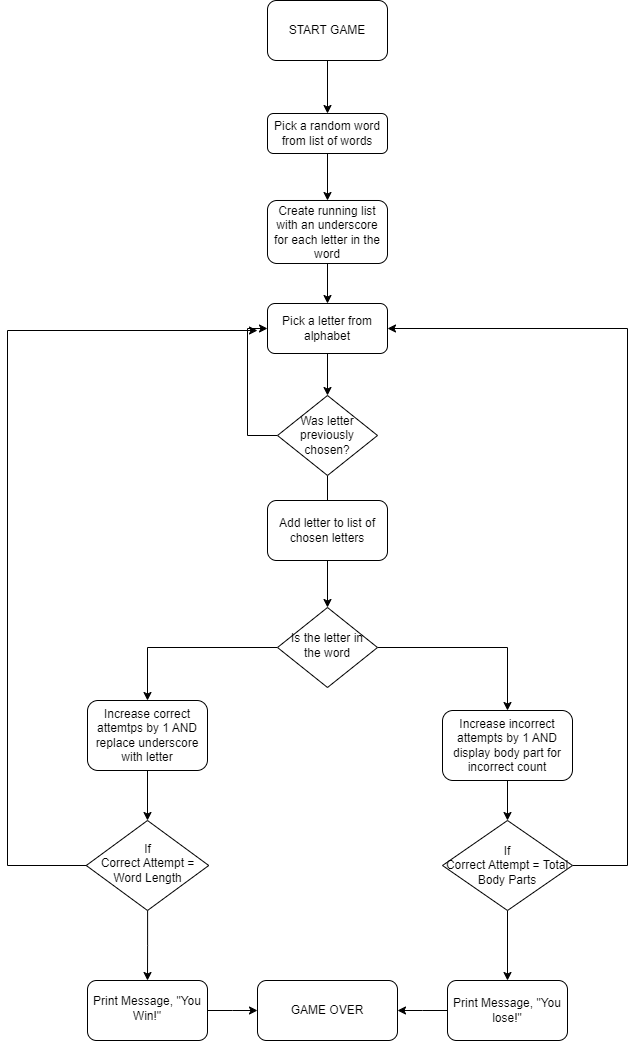
The draw.io diagram day007/hangman.drawio-flowchart.png in oscos/100-days-of-code-python, before a commit. Source tidied: cells renumbered, new cells last; positions are measured from the earlier drawing's top-left corner, leaving out a move shared by most shapes.
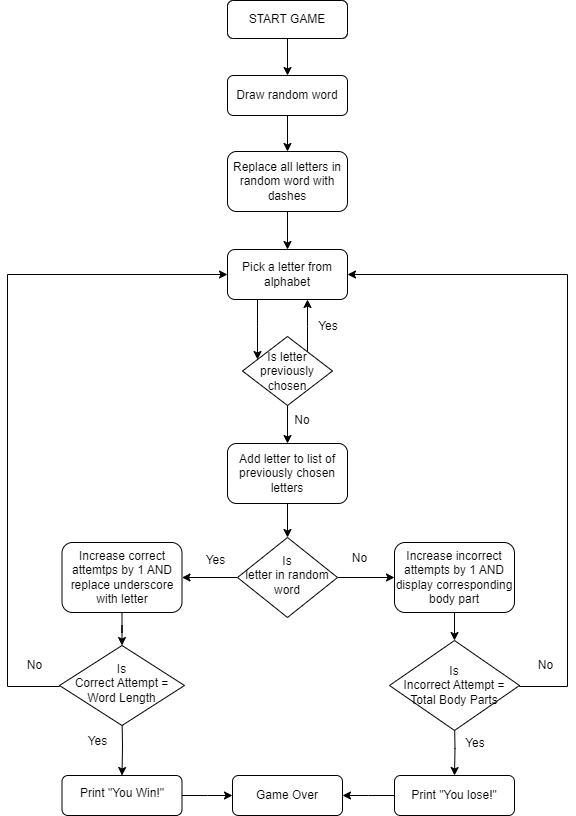
After the change.

Commit message:
reduced spacing

Diff of the diagram source:
```diff
@@ -5,103 +5,145 @@
     <mxCell id="2" style="edgeStyle=orthogonalEdgeStyle;rounded=0;jettySize=auto;html=1;entryX=0.5;entryY=0;entryDx=0;entryDy=0;" parent="1" edge="1" source="9" target="11">
       <mxGeometry relative="1" as="geometry" />
     </mxCell>
-    <mxCell id="3" value="Pick a random word from list of words" style="rounded=1;whiteSpace=wrap;html=1;fontSize=12;glass=0;strokeWidth=1;shadow=0;" parent="1" vertex="1">
-      <mxGeometry x="260" y="113" width="120" height="40" as="geometry" />
+    <mxCell id="3" value="Draw random word" style="rounded=1;whiteSpace=wrap;html=1;fontSize=12;glass=0;strokeWidth=1;shadow=0;" parent="1" vertex="1">
+      <mxGeometry x="260" y="129" width="120" height="40" as="geometry" />
     </mxCell>
-    <mxCell id="4" style="edgeStyle=orthogonalEdgeStyle;rounded=0;jettySize=auto;html=1;entryX=0.5;entryY=0;entryDx=0;entryDy=0;" parent="1" edge="1" source="6" target="29">
+    <mxCell id="4" style="edgeStyle=orthogonalEdgeStyle;rounded=0;jettySize=auto;html=1;entryX=1;entryY=0.5;entryDx=0;entryDy=0;" parent="1" edge="1" source="6" target="29">
       <mxGeometry relative="1" as="geometry" />
     </mxCell>
-    <mxCell id="5" style="edgeStyle=orthogonalEdgeStyle;rounded=0;jettySize=auto;html=1;entryX=0.5;entryY=0;entryDx=0;entryDy=0;" parent="1" edge="1" source="6" target="31">
+    <mxCell id="5" style="edgeStyle=orthogonalEdgeStyle;rounded=0;jettySize=auto;html=1;entryX=0;entryY=0.5;entryDx=0;entryDy=0;" parent="1" edge="1" source="6" target="31">
       <mxGeometry relative="1" as="geometry" />
     </mxCell>
-    <mxCell id="6" value="Is the letter in the word" style="rhombus;whiteSpace=wrap;html=1;shadow=0;fontFamily=Helvetica;fontSize=12;align=center;strokeWidth=1;spacing=6;spacingTop=-4;" parent="1" vertex="1">
-      <mxGeometry x="270" y="607" width="100" height="80" as="geometry" />
+    <mxCell id="6" value="Is &lt;br&gt;letter in random word" style="rhombus;whiteSpace=wrap;html=1;shadow=0;fontFamily=Helvetica;fontSize=12;align=center;strokeWidth=1;spacing=6;spacingTop=-4;" parent="1" vertex="1">
+      <mxGeometry x="270" y="591" width="100" height="80" as="geometry" />
     </mxCell>
-    <mxCell id="7" value="GAME OVER" style="rounded=1;whiteSpace=wrap;html=1;fontSize=12;glass=0;strokeWidth=1;shadow=0;" parent="1" vertex="1">
-      <mxGeometry x="250" y="980" width="140" height="60" as="geometry" />
+    <mxCell id="7" value="Game Over" style="rounded=1;whiteSpace=wrap;html=1;fontSize=12;glass=0;strokeWidth=1;shadow=0;" parent="1" vertex="1">
+      <mxGeometry x="265" y="829" width="110" height="40" as="geometry" />
     </mxCell>
     <mxCell id="8" style="edgeStyle=orthogonalEdgeStyle;rounded=0;jettySize=auto;html=1;" parent="1" edge="1" source="3" target="9">
       <mxGeometry relative="1" as="geometry" />
     </mxCell>
-    <mxCell id="9" value="Create running list with an underscore for each letter in the word" style="rounded=1;whiteSpace=wrap;html=1;fontSize=12;glass=0;strokeWidth=1;shadow=0;" parent="1" vertex="1">
-      <mxGeometry x="260" y="200" width="120" height="63" as="geometry" />
+    <mxCell id="9" value="Replace all letters in random word with dashes" style="rounded=1;whiteSpace=wrap;html=1;fontSize=12;glass=0;strokeWidth=1;shadow=0;" parent="1" vertex="1">
+      <mxGeometry x="260" y="205" width="120" height="60" as="geometry" />
     </mxCell>
-    <mxCell id="10" style="edgeStyle=orthogonalEdgeStyle;rounded=0;jettySize=auto;html=1;" parent="1" edge="1" source="25" target="6">
-      <mxGeometry relative="1" as="geometry" />
-    </mxCell>
     <mxCell id="11" value="Pick a letter from alphabet" style="rounded=1;whiteSpace=wrap;html=1;fontSize=12;glass=0;strokeWidth=1;shadow=0;" parent="1" vertex="1">
       <mxGeometry x="260" y="303" width="120" height="50" as="geometry" />
     </mxCell>
-    <mxCell id="12" style="edgeStyle=orthogonalEdgeStyle;rounded=0;jettySize=auto;html=1;" parent="1" edge="1" source="14" target="21">
-      <mxGeometry relative="1" as="geometry" />
+    <mxCell id="12" style="edgeStyle=orthogonalEdgeStyle;rounded=0;jettySize=auto;html=1;" parent="1" edge="1" target="21">
+      <mxGeometry relative="1" as="geometry">
+        <mxPoint x="487" y="774" as="sourcePoint" />
+      </mxGeometry>
     </mxCell>
-    <mxCell id="13" style="edgeStyle=orthogonalEdgeStyle;rounded=0;jettySize=auto;html=1;entryX=1;entryY=0.5;entryDx=0;entryDy=0;exitX=1;exitY=0.5;exitDx=0;exitDy=0;" parent="1" edge="1" source="14" target="11">
-      <mxGeometry relative="1" as="geometry">
-        <Array as="points">
-          <mxPoint x="620" y="865" />
-          <mxPoint x="620" y="328" />
-        </Array>
-      </mxGeometry>
-    </mxCell>
-    <mxCell id="14" value="If&lt;br&gt;Correct Attempt = Total Body Parts" style="rhombus;whiteSpace=wrap;html=1;" parent="1" vertex="1">
-      <mxGeometry x="435" y="820" width="130" height="90" as="geometry" />
+    <mxCell id="14" value="Is&lt;br&gt;Incorrect Attempt = Total Body Parts" style="rhombus;whiteSpace=wrap;html=1;" parent="1" vertex="1">
+      <mxGeometry x="422" y="694" width="130" height="90" as="geometry" />
     </mxCell>
-    <mxCell id="15" style="edgeStyle=orthogonalEdgeStyle;rounded=0;jettySize=auto;html=1;" parent="1" edge="1" source="17" target="19">
-      <mxGeometry relative="1" as="geometry" />
+    <mxCell id="15" style="edgeStyle=orthogonalEdgeStyle;rounded=0;jettySize=auto;html=1;" parent="1" edge="1" target="19">
+      <mxGeometry relative="1" as="geometry">
+        <mxPoint x="154.5" y="769" as="sourcePoint" />
+      </mxGeometry>
     </mxCell>
-    <mxCell id="16" style="edgeStyle=orthogonalEdgeStyle;rounded=0;jettySize=auto;html=1;exitX=0;exitY=0.5;exitDx=0;exitDy=0;" parent="1" edge="1" source="17">
-      <mxGeometry relative="1" as="geometry">
-        <mxPoint x="250" y="330" as="targetPoint" />
-        <Array as="points">
-          <mxPoint y="865" />
-          <mxPoint y="330" />
-        </Array>
-      </mxGeometry>
-    </mxCell>
-    <mxCell id="17" value="If&lt;br&gt;Correct Attempt = Word Length" style="rhombus;whiteSpace=wrap;html=1;shadow=0;strokeWidth=1;spacing=6;spacingTop=-4;" parent="1" vertex="1">
-      <mxGeometry x="78.8" y="820" width="122.5" height="90" as="geometry" />
+    <mxCell id="17" value="Is&lt;br&gt;Correct Attempt = Word Length" style="rhombus;whiteSpace=wrap;html=1;shadow=0;strokeWidth=1;spacing=6;spacingTop=-4;" parent="1" vertex="1">
+      <mxGeometry x="92" y="699" width="125" height="80" as="geometry" />
     </mxCell>
     <mxCell id="18" style="edgeStyle=elbowEdgeStyle;rounded=0;jettySize=auto;html=1;entryX=0;entryY=0.5;entryDx=0;entryDy=0;" parent="1" edge="1" source="19" target="7">
       <mxGeometry relative="1" as="geometry" />
     </mxCell>
-    <mxCell id="19" value="Print Message, &quot;You Win!&quot;" style="whiteSpace=wrap;html=1;shadow=0;strokeWidth=1;spacing=6;spacingTop=-4;glass=0;rounded=1;" parent="1" vertex="1">
-      <mxGeometry x="80" y="980" width="120" height="60" as="geometry" />
+    <mxCell id="19" value="Print &quot;You Win!&quot;" style="whiteSpace=wrap;html=1;shadow=0;strokeWidth=1;spacing=6;spacingTop=-4;glass=0;rounded=1;" parent="1" vertex="1">
+      <mxGeometry x="94.5" y="829" width="120" height="40" as="geometry" />
     </mxCell>
     <mxCell id="20" style="edgeStyle=elbowEdgeStyle;rounded=0;jettySize=auto;html=1;entryX=1;entryY=0.5;entryDx=0;entryDy=0;" parent="1" edge="1" source="21" target="7">
       <mxGeometry relative="1" as="geometry" />
     </mxCell>
-    <mxCell id="21" value="Print Message, &quot;You lose!&quot;" style="whiteSpace=wrap;html=1;rounded=1;" parent="1" vertex="1">
-      <mxGeometry x="440" y="980" width="120" height="60" as="geometry" />
+    <mxCell id="21" value="Print &quot;You lose!&quot;" style="whiteSpace=wrap;html=1;rounded=1;" parent="1" vertex="1">
+      <mxGeometry x="427" y="829" width="120" height="40" as="geometry" />
     </mxCell>
     <mxCell id="22" value="START GAME" style="whiteSpace=wrap;html=1;rounded=1;glass=0;strokeWidth=1;shadow=0;" parent="1" vertex="1">
-      <mxGeometry x="260" width="120" height="60" as="geometry" />
+      <mxGeometry x="260" y="54" width="120" height="38" as="geometry" />
     </mxCell>
     <mxCell id="23" style="edgeStyle=orthogonalEdgeStyle;rounded=0;jettySize=auto;html=1;" parent="1" edge="1" source="11" target="25">
-      <mxGeometry relative="1" as="geometry" />
+      <mxGeometry relative="1" as="geometry">
+        <Array as="points">
+          <mxPoint x="290" y="380" />
+          <mxPoint x="290" y="380" />
+        </Array>
+      </mxGeometry>
     </mxCell>
+    <mxCell id="32" style="edgeStyle=orthogonalEdgeStyle;rounded=0;jettySize=auto;html=1;entryX=0.5;entryY=0;entryDx=0;entryDy=0;" parent="1" edge="1" source="25" target="27">
+      <mxGeometry relative="1" as="geometry" />
+    </mxCell>
-    <mxCell id="24" style="edgeStyle=orthogonalEdgeStyle;rounded=0;jettySize=auto;html=1;exitX=0;exitY=0.5;exitDx=0;exitDy=0;entryX=0;entryY=0.5;entryDx=0;entryDy=0;" parent="1" edge="1" source="25" target="11">
-      <mxGeometry relative="1" as="geometry" />
+    <mxCell id="24" style="edgeStyle=orthogonalEdgeStyle;rounded=0;jettySize=auto;html=1;" parent="1" edge="1" source="25" target="11">
+      <mxGeometry relative="1" as="geometry">
+        <Array as="points">
+          <mxPoint x="340" y="380" />
+          <mxPoint x="340" y="380" />
+        </Array>
+      </mxGeometry>
     </mxCell>
-    <mxCell id="25" value="Was letter previously chosen?" style="rhombus;whiteSpace=wrap;html=1;" parent="1" vertex="1">
-      <mxGeometry x="270" y="395" width="100" height="80" as="geometry" />
+    <mxCell id="25" value="Is letter previously chosen" style="rhombus;whiteSpace=wrap;html=1;" parent="1" vertex="1">
+      <mxGeometry x="275" y="390" width="90" height="69" as="geometry" />
     </mxCell>
     <mxCell id="26" style="edgeStyle=elbowEdgeStyle;rounded=0;jettySize=auto;html=1;entryX=0.5;entryY=0;entryDx=0;entryDy=0;" parent="1" edge="1" source="22" target="3">
       <mxGeometry relative="1" as="geometry" />
     </mxCell>
+    <mxCell id="33" style="edgeStyle=orthogonalEdgeStyle;rounded=0;jettySize=auto;html=1;" parent="1" edge="1" source="27" target="6">
+      <mxGeometry relative="1" as="geometry" />
+    </mxCell>
-    <mxCell id="27" value="Add letter to list of chosen letters" style="rounded=1;whiteSpace=wrap;html=1;" parent="1" vertex="1">
-      <mxGeometry x="260" y="500" width="120" height="60" as="geometry" />
+    <mxCell id="27" value="Add letter to list of previously chosen letters" style="rounded=1;whiteSpace=wrap;html=1;" parent="1" vertex="1">
+      <mxGeometry x="260" y="497" width="120" height="60" as="geometry" />
     </mxCell>
+    <mxCell id="34" style="edgeStyle=orthogonalEdgeStyle;rounded=0;jettySize=auto;html=1;entryX=0;entryY=0.5;entryDx=0;entryDy=0;exitX=0;exitY=0.5;exitDx=0;exitDy=0;" parent="1" edge="1" source="17" target="11">
+      <mxGeometry relative="1" as="geometry">
+        <Array as="points">
+          <mxPoint x="92" y="740" />
+          <mxPoint x="40" y="740" />
+          <mxPoint x="40" y="328" />
+        </Array>
+      </mxGeometry>
+    </mxCell>
     <mxCell id="28" style="edgeStyle=orthogonalEdgeStyle;rounded=0;jettySize=auto;html=1;entryX=0.5;entryY=0;entryDx=0;entryDy=0;" parent="1" edge="1" source="29" target="17">
       <mxGeometry relative="1" as="geometry" />
     </mxCell>
     <mxCell id="29" value="Increase correct attemtps by 1 AND replace underscore with letter" style="rounded=1;whiteSpace=wrap;html=1;" parent="1" vertex="1">
-      <mxGeometry x="80" y="700" width="120" height="70" as="geometry" />
+      <mxGeometry x="94.5" y="596" width="120" height="70" as="geometry" />
     </mxCell>
+    <mxCell id="13" style="edgeStyle=orthogonalEdgeStyle;rounded=0;jettySize=auto;html=1;entryX=1;entryY=0.5;entryDx=0;entryDy=0;exitX=1;exitY=0.5;exitDx=0;exitDy=0;" parent="1" edge="1" source="14" target="11">
+      <mxGeometry relative="1" as="geometry">
+        <Array as="points">
+          <mxPoint x="552" y="740" />
+          <mxPoint x="600" y="740" />
+          <mxPoint x="600" y="328" />
+        </Array>
+      </mxGeometry>
+    </mxCell>
     <mxCell id="30" style="edgeStyle=orthogonalEdgeStyle;rounded=0;jettySize=auto;html=1;entryX=0.5;entryY=0;entryDx=0;entryDy=0;" parent="1" edge="1" source="31" target="14">
       <mxGeometry relative="1" as="geometry" />
     </mxCell>
-    <mxCell id="31" value="Increase incorrect attempts by 1 AND display body part for incorrect count" style="rounded=1;whiteSpace=wrap;html=1;" parent="1" vertex="1">
-      <mxGeometry x="435" y="710" width="130" height="70" as="geometry" />
+    <mxCell id="31" value="Increase incorrect attempts by 1 AND display corresponding body part" style="rounded=1;whiteSpace=wrap;html=1;" parent="1" vertex="1">
+      <mxGeometry x="427" y="596" width="120" height="70" as="geometry" />
     </mxCell>
+    <mxCell id="35" value="No" style="text;html=1;align=center;verticalAlign=middle;whiteSpace=wrap;rounded=0;" parent="1" vertex="1">
+      <mxGeometry x="320" y="464" width="30" height="19" as="geometry" />
+    </mxCell>
+    <mxCell id="36" value="Yes" style="text;html=1;align=center;verticalAlign=middle;whiteSpace=wrap;rounded=0;" parent="1" vertex="1">
+      <mxGeometry x="342" y="370" width="38" height="20" as="geometry" />
+    </mxCell>
+    <mxCell id="37" value="Yes" style="text;html=1;align=center;verticalAlign=middle;whiteSpace=wrap;rounded=0;" parent="1" vertex="1">
+      <mxGeometry x="110" y="780" width="41" height="29" as="geometry" />
+    </mxCell>
+    <mxCell id="38" value="No" style="text;html=1;align=center;verticalAlign=middle;whiteSpace=wrap;rounded=0;" parent="1" vertex="1">
+      <mxGeometry x="45" y="705" width="44.5" height="27" as="geometry" />
+    </mxCell>
+    <mxCell id="39" value="No" style="text;html=1;align=center;verticalAlign=middle;whiteSpace=wrap;rounded=0;" parent="1" vertex="1">
+      <mxGeometry x="556" y="705" width="44.5" height="27" as="geometry" />
+    </mxCell>
+    <mxCell id="40" value="Yes" style="text;html=1;align=center;verticalAlign=middle;whiteSpace=wrap;rounded=0;" parent="1" vertex="1">
+      <mxGeometry x="486" y="784" width="44" height="26" as="geometry" />
+    </mxCell>
+    <mxCell id="41" value="Yes" style="text;html=1;align=center;verticalAlign=middle;whiteSpace=wrap;rounded=0;" parent="1" vertex="1">
+      <mxGeometry x="225.5" y="600" width="44.5" height="27" as="geometry" />
+    </mxCell>
+    <mxCell id="42" value="No" style="text;html=1;align=center;verticalAlign=middle;whiteSpace=wrap;rounded=0;" parent="1" vertex="1">
+      <mxGeometry x="370" y="596" width="44.5" height="31" as="geometry" />
+    </mxCell>
   </root>
 </mxGraphModel>
```
